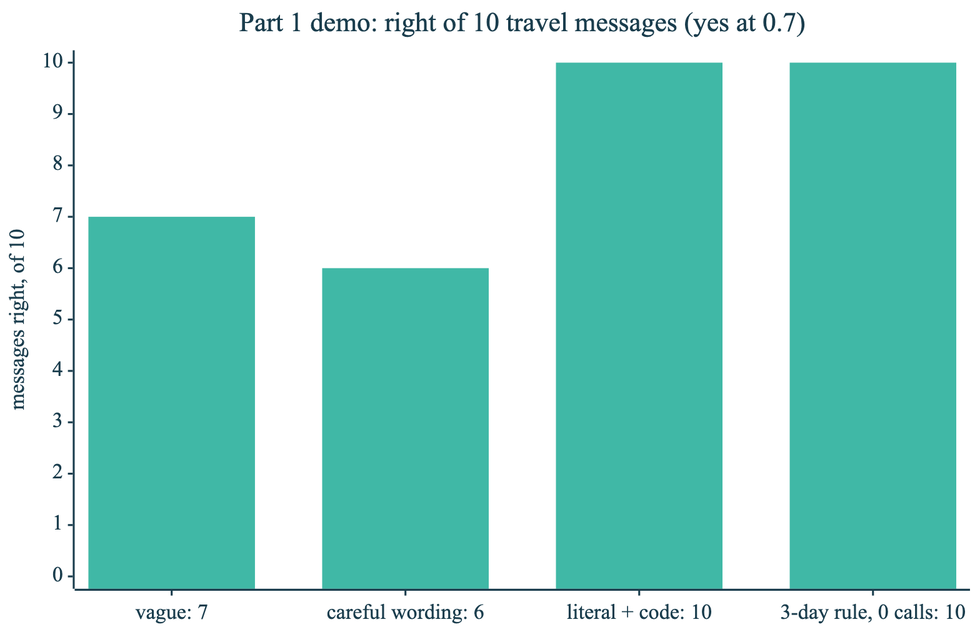
axel-sirota/getting_started_jev keeps this Mermaid diagram as course/diagrams/module_02/p1-demo-results.png. Above is the earlier version. Its source is kept beside it as course/diagrams/module_02/p1-demo-results.mmd.
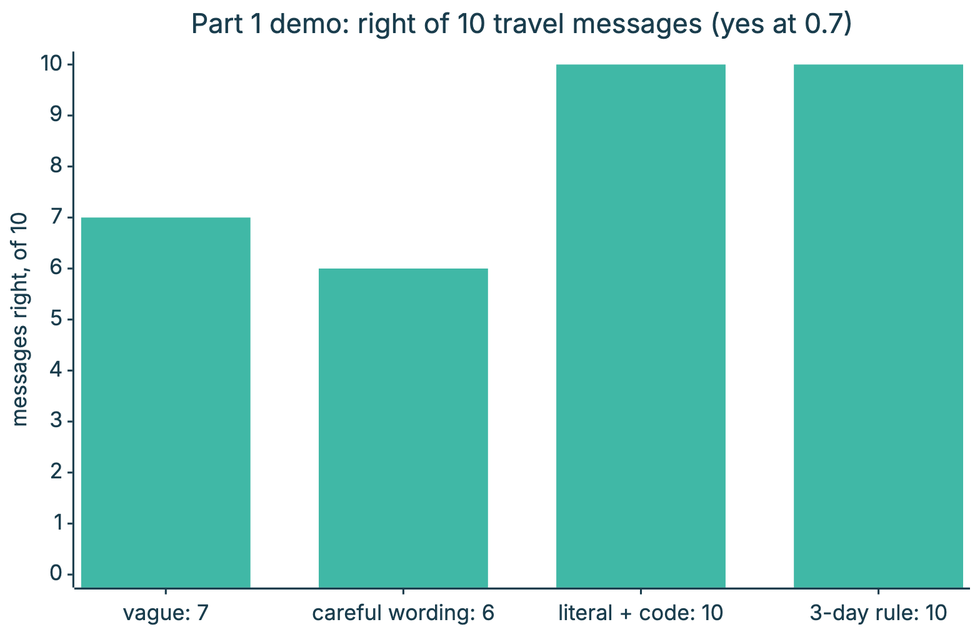
The same file after the commit.

The edit, as a diff of the source:
```diff
@@ -1,6 +1,6 @@
 %%{init: {"theme": "base", "themeVariables": {"fontFamily": "Inter, sans-serif", "primaryColor": "#ECF8F6", "primaryBorderColor": "#40B8A6", "primaryTextColor": "#111827", "lineColor": "#1A3D4D", "secondaryColor": "#F9FAFB", "tertiaryColor": "#FFFFFF", "clusterBkg": "#F9FAFB", "clusterBorder": "#D1D5DB", "actorBkg": "#ECF8F6", "actorBorder": "#40B8A6", "noteBkgColor": "#FFF6DA", "noteBorderColor": "#E0B84C"}}}%%
 xychart-beta
   title "Part 1 demo: right of 10 travel messages (yes at 0.7)"
-  x-axis ["vague: 7", "careful wording: 6", "literal + code: 10", "3-day rule, 0 calls: 10"]
+  x-axis ["vague: 7", "careful wording: 6", "literal + code: 10", "3-day rule: 10"]
   y-axis "messages right, of 10" 0 --> 10
   bar [7, 6, 10, 10]
```
